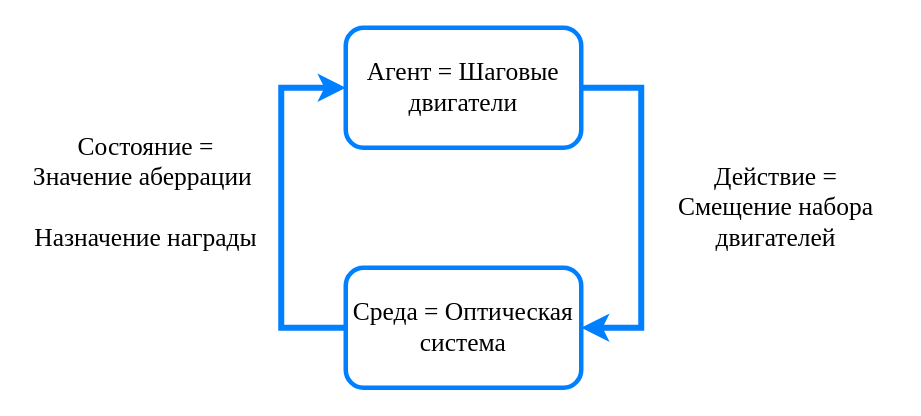
The draw.io diagram схема осп.drawio in Armore27/learning, before the edit. Source tidied: cells renumbered, new cells numbered last; positions are measured from the earlier drawing's top-left corner, leaving out a move shared by most shapes. Both pictures are drawn from the tidied source at 150%, with x=0, y=0 at pixel (26, 27).
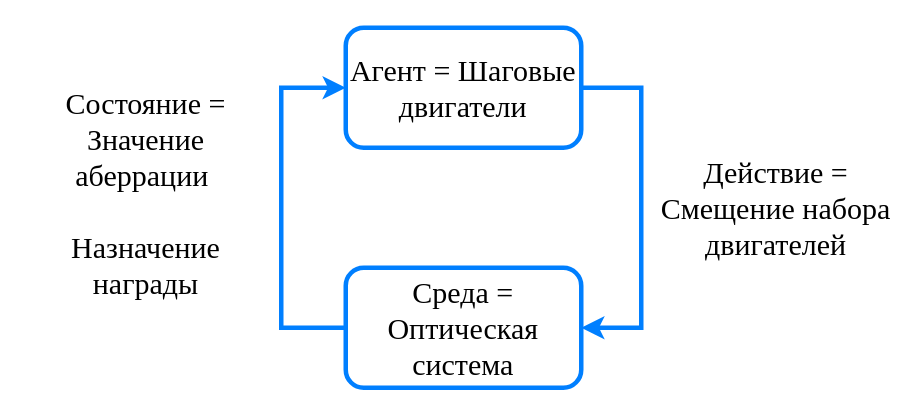
The same page after the edit.

Change to the diagram source:
```diff
@@
 <mxGraphModel>
   <root>
     <mxCell id="0" />
     <mxCell id="1" parent="0" />
-    <mxCell id="2" style="edgeStyle=orthogonalEdgeStyle;rounded=0;jettySize=auto;html=1;entryX=1;entryY=0.5;entryDx=0;entryDy=0;strokeWidth=4;strokeColor=#007FFF;" parent="1" edge="1" source="3" target="5">
+    <mxCell id="2" style="edgeStyle=orthogonalEdgeStyle;rounded=0;jettySize=auto;html=1;entryX=1;entryY=0.5;entryDx=0;entryDy=0;strokeWidth=3;strokeColor=#007FFF;" parent="1" edge="1" source="3" target="5">
       <mxGeometry relative="1" as="geometry">
         <Array as="points">
           <mxPoint x="410" y="40" />
           <mxPoint x="410" y="200" />
         </Array>
       </mxGeometry>
     </mxCell>
-    <mxCell id="3" value="&lt;span style=&quot;font-family: &amp;#34;times new roman&amp;#34; ; font-size: 17px&quot;&gt;Агент = Шаговые двигатели&lt;/span&gt;" style="rounded=1;whiteSpace=wrap;html=1;strokeWidth=3;strokeColor=#007FFF;" parent="1" vertex="1">
+    <mxCell id="3" value="&lt;span style=&quot;font-family: &amp;#34;times new roman&amp;#34;&quot;&gt;&lt;font style=&quot;font-size: 20px&quot;&gt;Агент = Шаговые двигатели&lt;/font&gt;&lt;/span&gt;" style="rounded=1;whiteSpace=wrap;html=1;strokeWidth=3;strokeColor=#007FFF;" parent="1" vertex="1">
       <mxGeometry x="213" width="157" height="80" as="geometry" />
     </mxCell>
-    <mxCell id="4" style="edgeStyle=orthogonalEdgeStyle;rounded=0;jettySize=auto;html=1;strokeColor=#007FFF;strokeWidth=4;entryX=0;entryY=0.5;entryDx=0;entryDy=0;" parent="1" edge="1" source="5" target="3">
+    <mxCell id="4" style="edgeStyle=orthogonalEdgeStyle;rounded=0;jettySize=auto;html=1;strokeColor=#007FFF;strokeWidth=3;entryX=0;entryY=0.5;entryDx=0;entryDy=0;" parent="1" edge="1" source="5" target="3">
       <mxGeometry relative="1" as="geometry">
         <Array as="points">
           <mxPoint x="170" y="200" />
           <mxPoint x="170" y="40" />
         </Array>
       </mxGeometry>
     </mxCell>
-    <mxCell id="5" value="&lt;font style=&quot;font-size: 17px&quot; face=&quot;Times New Roman&quot;&gt;Среда = Оптическая система&lt;/font&gt;" style="rounded=1;whiteSpace=wrap;html=1;strokeColor=#007FFF;strokeWidth=3;" parent="1" vertex="1">
+    <mxCell id="5" value="&lt;font face=&quot;Times New Roman&quot; style=&quot;font-size: 20px&quot;&gt;Среда = Оптическая система&lt;/font&gt;" style="rounded=1;whiteSpace=wrap;html=1;strokeColor=#007FFF;strokeWidth=3;" parent="1" vertex="1">
       <mxGeometry x="213" y="160" width="157" height="80" as="geometry" />
     </mxCell>
-    <mxCell id="6" value="&lt;font style=&quot;font-size: 17px&quot; face=&quot;Times New Roman&quot;&gt;Действие = Смещение набора двигателей&lt;/font&gt;" style="text;html=1;strokeColor=none;fillColor=none;align=center;verticalAlign=middle;whiteSpace=wrap;rounded=0;" parent="1" vertex="1">
+    <mxCell id="6" value="&lt;font face=&quot;Times New Roman&quot; style=&quot;font-size: 20px&quot;&gt;Действие = Смещение набора двигателей&lt;/font&gt;" style="text;html=1;strokeColor=none;fillColor=none;align=center;verticalAlign=middle;whiteSpace=wrap;rounded=0;" parent="1" vertex="1">
       <mxGeometry x="420" y="90" width="160" height="60" as="geometry" />
     </mxCell>
-    <mxCell id="7" value="&lt;font style=&quot;font-size: 17px&quot; face=&quot;Times New Roman&quot;&gt;Состояние = Значение аберрации&amp;nbsp;&lt;br&gt;&lt;br&gt;Назначение награды&lt;br&gt;&lt;/font&gt;" style="text;html=1;strokeColor=none;fillColor=none;align=center;verticalAlign=middle;whiteSpace=wrap;rounded=0;" parent="1" vertex="1">
+    <mxCell id="7" value="&lt;font style=&quot;font-size: 20px&quot; face=&quot;Times New Roman&quot;&gt;Состояние = Значение аберрации&amp;nbsp;&lt;br&gt;&lt;br&gt;Назначение награды&lt;br&gt;&lt;/font&gt;" style="text;html=1;strokeColor=none;fillColor=none;align=center;verticalAlign=middle;whiteSpace=wrap;rounded=0;" parent="1" vertex="1">
       <mxGeometry y="70" width="160" height="80" as="geometry" />
     </mxCell>
   </root>
 </mxGraphModel>
```
